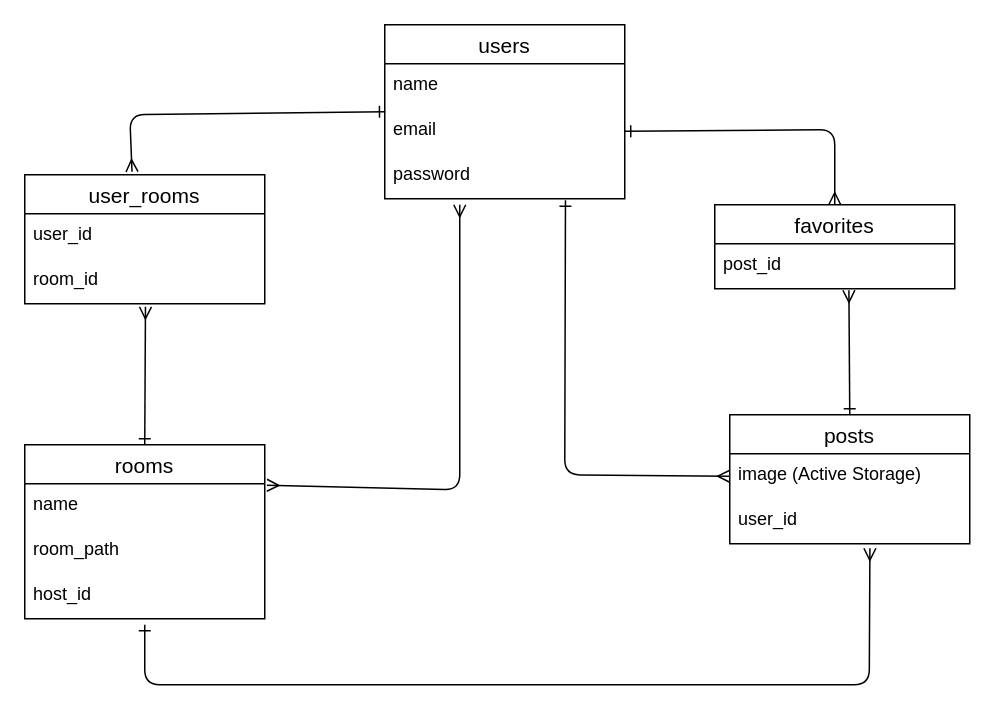
This is page "ページ1" (1 of 2) of er.dio from TM0710/original_app, a draw.io file, before an edit. Source tidied: cells renumbered, new cells numbered last; positions are measured from the earlier drawing's top-left corner, leaving out a move shared by most shapes. Both pictures are drawn from the tidied source at 150%, with x=0, y=0 at pixel (24, 24).
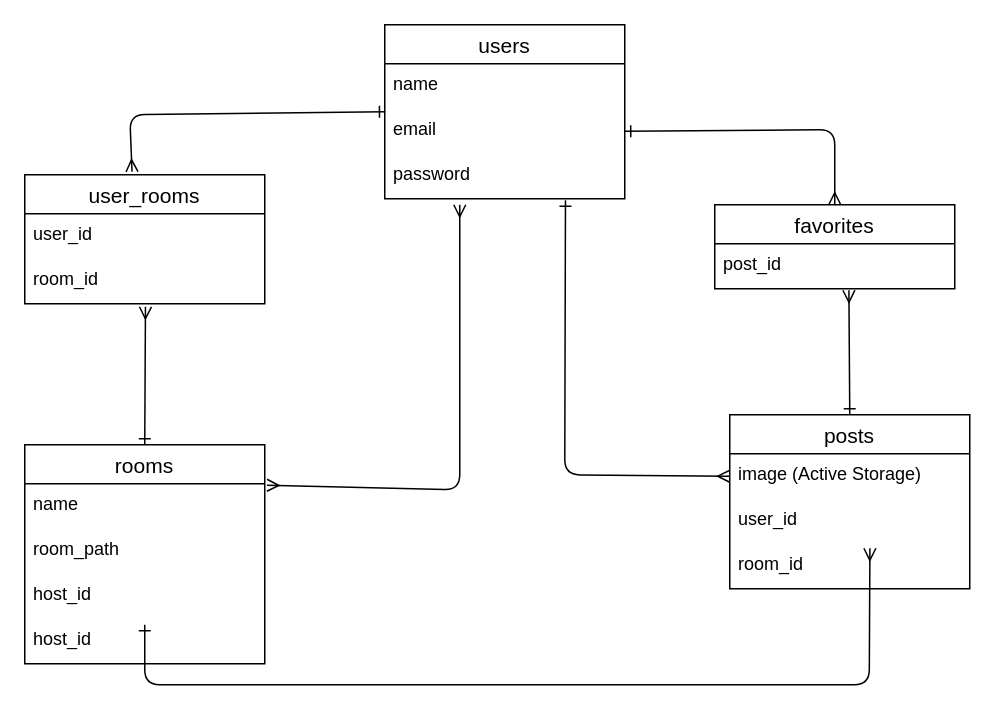
The same diagram, later.

Diff of the diagram source:
```diff
@@
     <mxCell id="3" value="posts" style="swimlane;fontStyle=0;horizontal=1;startSize=26;align=center;fontSize=14;rounded=0;" parent="1" vertex="1">
-      <mxGeometry x="470" y="260" width="160" height="86" as="geometry" />
+      <mxGeometry x="470" y="260" width="160" height="116" as="geometry" />
     </mxCell>
@@
+    <mxCell id="25" value="room_id" style="text;strokeColor=none;fillColor=none;spacingLeft=4;spacingRight=4;overflow=hidden;fontSize=12;rounded=0;" parent="3" vertex="1">
+      <mxGeometry y="86" width="160" height="30" as="geometry" />
+    </mxCell>
@@
     <mxCell id="14" value="rooms" style="swimlane;fontStyle=0;horizontal=1;startSize=26;align=center;fontSize=14;rounded=0;" parent="1" vertex="1">
-      <mxGeometry y="280" width="160" height="116" as="geometry" />
+      <mxGeometry y="280" width="160" height="146" as="geometry" />
     </mxCell>
@@
+    <mxCell id="26" value="host_id" style="text;strokeColor=none;fillColor=none;spacingLeft=4;spacingRight=4;overflow=hidden;fontSize=12;rounded=0;" parent="14" vertex="1">
+      <mxGeometry y="116" width="160" height="30" as="geometry" />
+    </mxCell>
```
